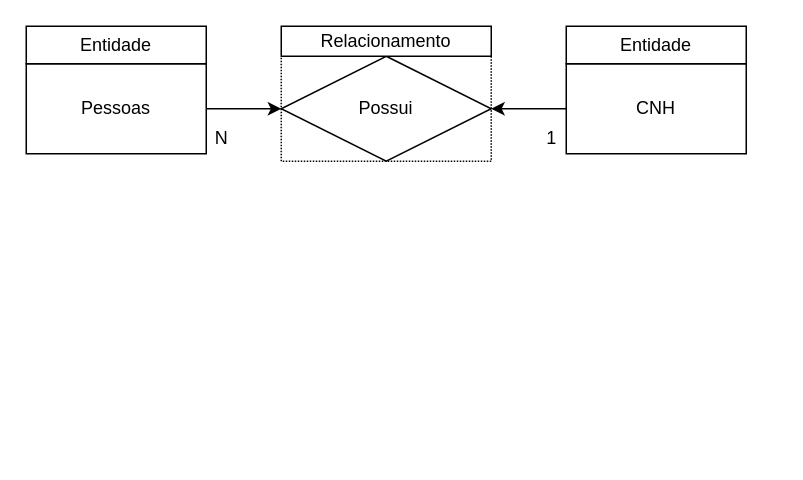
This is Exercicios/01 - Modelo de Entidade Relacional/1.1-exercicio-pessoas/01.drawio from RafaelGomes01/Desenvolvimento-Banco-de-Dados, a draw.io file, before an edit. Source tidied: cells renumbered, new cells numbered last; positions are measured from the earlier drawing's top-left corner, leaving out a move shared by most shapes. Both pictures are drawn from the tidied source at 150%, with x=0, y=0 at pixel (26, 26).
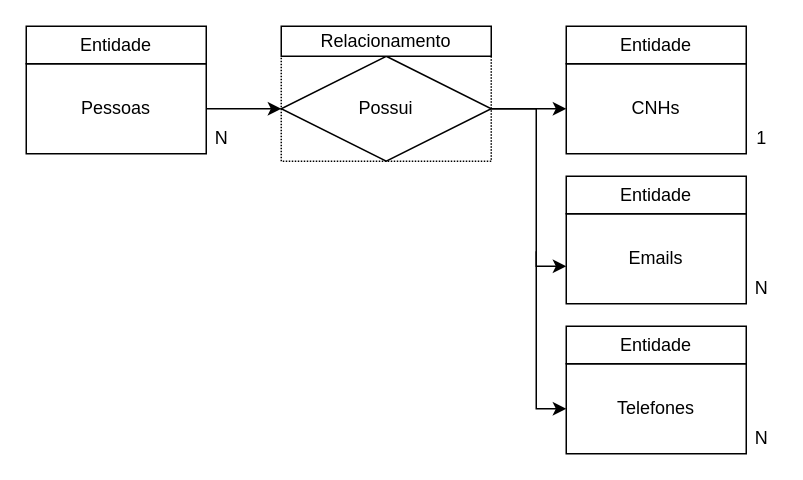
Above is the later version.

Unchanged cells that the change refers to:
```xml
<mxCell id="7" value="Possui" style="rhombus;whiteSpace=wrap;html=1;" parent="1" vertex="1">
  <mxGeometry x="170" y="20" width="140" height="70" as="geometry" />
</mxCell>
```

What changed in the source:
```diff
@@
-    <mxCell id="5" style="edgeStyle=orthogonalEdgeStyle;rounded=0;jettySize=auto;html=1;" parent="1" edge="1" source="6" target="7">
-      <mxGeometry relative="1" as="geometry" />
-    </mxCell>
-    <mxCell id="6" value="CNH" style="whiteSpace=wrap;html=1;" parent="1" vertex="1">
+    <mxCell id="6" value="CNHs" style="whiteSpace=wrap;html=1;" parent="1" vertex="1">
       <mxGeometry x="360" y="25" width="120" height="60" as="geometry" />
     </mxCell>
+    <mxCell id="13" style="edgeStyle=orthogonalEdgeStyle;rounded=0;jettySize=auto;html=1;entryX=0;entryY=0.5;entryDx=0;entryDy=0;" parent="1" edge="1" source="7" target="6">
+      <mxGeometry relative="1" as="geometry" />
+    </mxCell>
@@
     <mxCell id="8" value="1" style="text;html=1;align=center;verticalAlign=middle;" parent="1" vertex="1">
-      <mxGeometry x="340" y="65" width="20" height="20" as="geometry" />
+      <mxGeometry x="480" y="65" width="20" height="20" as="geometry" />
     </mxCell>
@@
+    <mxCell id="14" value="Emails" style="whiteSpace=wrap;html=1;" parent="1" vertex="1">
+      <mxGeometry x="360" y="125" width="120" height="60" as="geometry" />
+    </mxCell>
+    <mxCell id="15" value="N" style="text;html=1;align=center;verticalAlign=middle;" parent="1" vertex="1">
+      <mxGeometry x="480" y="165" width="20" height="20" as="geometry" />
+    </mxCell>
+    <mxCell id="16" value="Entidade" style="whiteSpace=wrap;html=1;" parent="1" vertex="1">
+      <mxGeometry x="360" y="100" width="120" height="25" as="geometry" />
+    </mxCell>
+    <mxCell id="17" value="Telefones" style="whiteSpace=wrap;html=1;" parent="1" vertex="1">
+      <mxGeometry x="360" y="225" width="120" height="60" as="geometry" />
+    </mxCell>
+    <mxCell id="18" value="N" style="text;html=1;align=center;verticalAlign=middle;" parent="1" vertex="1">
+      <mxGeometry x="480" y="265" width="20" height="20" as="geometry" />
+    </mxCell>
+    <mxCell id="19" value="Entidade" style="whiteSpace=wrap;html=1;" parent="1" vertex="1">
+      <mxGeometry x="360" y="200" width="120" height="25" as="geometry" />
+    </mxCell>
+    <mxCell id="20" style="edgeStyle=orthogonalEdgeStyle;rounded=0;jettySize=auto;html=1;exitX=1;exitY=0.5;exitDx=0;exitDy=0;entryX=0;entryY=0.583;entryDx=0;entryDy=0;entryPerimeter=0;" parent="1" edge="1" source="7" target="14">
+      <mxGeometry relative="1" as="geometry">
+        <Array as="points">
+          <mxPoint x="340" y="55" />
+          <mxPoint x="340" y="160" />
+        </Array>
+      </mxGeometry>
+    </mxCell>
+    <mxCell id="21" style="edgeStyle=orthogonalEdgeStyle;rounded=0;orthogonalLoop=1;jettySize=auto;html=1;entryX=0;entryY=0.583;entryDx=0;entryDy=0;entryPerimeter=0;" parent="1" edge="1">
+      <mxGeometry relative="1" as="geometry">
+        <mxPoint x="340" y="150" as="sourcePoint" />
+        <mxPoint x="360" y="255" as="targetPoint" />
+        <Array as="points">
+          <mxPoint x="340" y="150" />
+          <mxPoint x="340" y="255" />
+        </Array>
+      </mxGeometry>
+    </mxCell>
```
